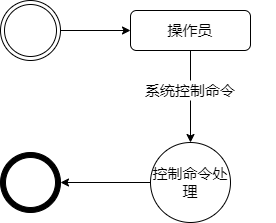
PineappleWatermelon/Image keeps this draw.io diagram as 日志级别.png. Above is the earlier version. Source tidied: cells renumbered, new cells last; positions are measured from the earlier drawing's top-left corner, leaving out a move shared by most shapes. Its diagram source:
```xml
<mxGraphModel>
  <root>
    <mxCell id="0" />
    <mxCell id="1" parent="0" />
    <mxCell id="2" style="edgeStyle=orthogonalEdgeStyle;rounded=0;jettySize=auto;html=1;exitX=0.5;exitY=1;exitDx=0;exitDy=0;fontSize=15;startArrow=none;" parent="1" edge="1" source="10" target="9">
      <mxGeometry relative="1" as="geometry" />
    </mxCell>
    <mxCell id="3" value="操作员" style="rounded=1;whiteSpace=wrap;html=1;fontSize=15;glass=0;strokeWidth=1;shadow=0;" parent="1" vertex="1">
      <mxGeometry x="130" y="10" width="120" height="40" as="geometry" />
    </mxCell>
    <mxCell id="4" style="edgeStyle=orthogonalEdgeStyle;rounded=0;jettySize=auto;html=1;exitX=1;exitY=0.5;exitDx=0;exitDy=0;entryX=0;entryY=0.5;entryDx=0;entryDy=0;fontSize=15;" parent="1" edge="1" source="5" target="3">
      <mxGeometry relative="1" as="geometry" />
    </mxCell>
    <mxCell id="5" style="ellipse;shape=doubleEllipse;whiteSpace=wrap;html=1;fontSize=15;perimeter=ellipsePerimeter;noLabel=1;" parent="1" vertex="1">
      <mxGeometry width="60" height="60" as="geometry" />
    </mxCell>
    <mxCell id="6" style="ellipse;whiteSpace=wrap;html=1;fontSize=15;fillColor=#000000;" parent="1" vertex="1">
      <mxGeometry y="152" width="60" height="60" as="geometry" />
    </mxCell>
    <mxCell id="7" style="ellipse;whiteSpace=wrap;html=1;fontSize=15;" parent="1" vertex="1">
      <mxGeometry x="5" y="157" width="50" height="50" as="geometry" />
    </mxCell>
    <mxCell id="8" style="edgeStyle=orthogonalEdgeStyle;rounded=0;jettySize=auto;html=1;exitX=0;exitY=0.5;exitDx=0;exitDy=0;fontSize=15;entryX=1;entryY=0.5;entryDx=0;entryDy=0;" parent="1" edge="1" source="9" target="6">
      <mxGeometry relative="1" as="geometry" />
    </mxCell>
    <mxCell id="9" value="控制命令处理" style="ellipse;whiteSpace=wrap;html=1;fontSize=15;fillColor=#FFFFFF;" parent="1" vertex="1">
      <mxGeometry x="150" y="142" width="80" height="80" as="geometry" />
    </mxCell>
    <mxCell id="10" value="系统控制命令" style="text;html=1;strokeColor=none;fillColor=none;align=center;verticalAlign=middle;whiteSpace=wrap;rounded=0;fontSize=15;" parent="1" vertex="1">
      <mxGeometry x="105" y="80" width="170" height="20" as="geometry" />
    </mxCell>
    <mxCell id="11" style="edgeStyle=orthogonalEdgeStyle;rounded=0;jettySize=auto;html=1;exitX=0.5;exitY=1;exitDx=0;exitDy=0;fontSize=15;endArrow=none;" parent="1" edge="1" source="3" target="10">
      <mxGeometry relative="1" as="geometry" />
    </mxCell>
  </root>
</mxGraphModel>
```
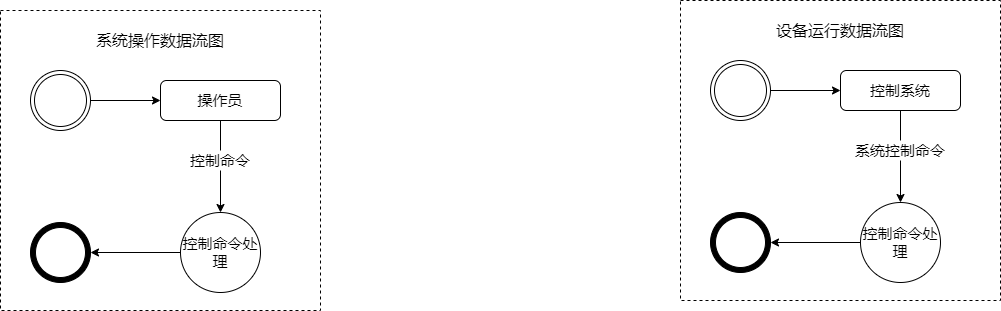
Above is the later version.

Change to the diagram source:
```diff
@@ -2,6 +2,9 @@
   <root>
     <mxCell id="0" />
     <mxCell id="1" parent="0" />
+    <mxCell id="12" style="rounded=0;whiteSpace=wrap;html=1;fillColor=none;dashed=1;" parent="1" vertex="1">
+      <mxGeometry x="-30" y="-60" width="320" height="300" as="geometry" />
+    </mxCell>
     <mxCell id="2" style="edgeStyle=orthogonalEdgeStyle;rounded=0;jettySize=auto;html=1;exitX=0.5;exitY=1;exitDx=0;exitDy=0;fontSize=15;startArrow=none;" parent="1" edge="1" source="10" target="9">
       <mxGeometry relative="1" as="geometry" />
     </mxCell>
@@ -26,11 +29,50 @@
     <mxCell id="9" value="控制命令处理" style="ellipse;whiteSpace=wrap;html=1;fontSize=15;fillColor=#FFFFFF;" parent="1" vertex="1">
       <mxGeometry x="150" y="142" width="80" height="80" as="geometry" />
     </mxCell>
-    <mxCell id="10" value="系统控制命令" style="text;html=1;strokeColor=none;fillColor=none;align=center;verticalAlign=middle;whiteSpace=wrap;rounded=0;fontSize=15;" parent="1" vertex="1">
+    <mxCell id="10" value="控制命令" style="text;html=1;strokeColor=none;fillColor=none;align=center;verticalAlign=middle;whiteSpace=wrap;rounded=0;fontSize=15;" parent="1" vertex="1">
       <mxGeometry x="105" y="80" width="170" height="20" as="geometry" />
     </mxCell>
     <mxCell id="11" style="edgeStyle=orthogonalEdgeStyle;rounded=0;jettySize=auto;html=1;exitX=0.5;exitY=1;exitDx=0;exitDy=0;fontSize=15;endArrow=none;" parent="1" edge="1" source="3" target="10">
       <mxGeometry relative="1" as="geometry" />
     </mxCell>
+    <mxCell id="13" value="&lt;font style=&quot;font-size: 16px&quot;&gt;系统操作数据流图&lt;/font&gt;" style="text;html=1;strokeColor=none;fillColor=none;align=center;verticalAlign=middle;whiteSpace=wrap;rounded=0;dashed=1;" parent="1" vertex="1">
+      <mxGeometry x="40" y="-40" width="180" height="20" as="geometry" />
+    </mxCell>
+    <mxCell id="14" style="rounded=0;whiteSpace=wrap;html=1;fillColor=none;dashed=1;" parent="1" vertex="1">
+      <mxGeometry x="650" y="-70" width="320" height="300" as="geometry" />
+    </mxCell>
+    <mxCell id="15" style="edgeStyle=orthogonalEdgeStyle;rounded=0;jettySize=auto;html=1;exitX=0.5;exitY=1;exitDx=0;exitDy=0;fontSize=15;startArrow=none;" parent="1" edge="1" source="23" target="22">
+      <mxGeometry relative="1" as="geometry" />
+    </mxCell>
+    <mxCell id="16" value="控制系统" style="rounded=1;whiteSpace=wrap;html=1;fontSize=15;glass=0;strokeWidth=1;shadow=0;" parent="1" vertex="1">
+      <mxGeometry x="810" width="120" height="40" as="geometry" />
+    </mxCell>
+    <mxCell id="17" style="edgeStyle=orthogonalEdgeStyle;rounded=0;jettySize=auto;html=1;exitX=1;exitY=0.5;exitDx=0;exitDy=0;entryX=0;entryY=0.5;entryDx=0;entryDy=0;fontSize=15;" parent="1" edge="1" source="18" target="16">
+      <mxGeometry relative="1" as="geometry" />
+    </mxCell>
+    <mxCell id="18" style="ellipse;shape=doubleEllipse;whiteSpace=wrap;html=1;fontSize=15;perimeter=ellipsePerimeter;noLabel=1;" parent="1" vertex="1">
+      <mxGeometry x="680" y="-10" width="60" height="60" as="geometry" />
+    </mxCell>
+    <mxCell id="19" style="ellipse;whiteSpace=wrap;html=1;fontSize=15;fillColor=#000000;" parent="1" vertex="1">
+      <mxGeometry x="680" y="142" width="60" height="60" as="geometry" />
+    </mxCell>
+    <mxCell id="20" style="ellipse;whiteSpace=wrap;html=1;fontSize=15;" parent="1" vertex="1">
+      <mxGeometry x="685" y="147" width="50" height="50" as="geometry" />
+    </mxCell>
+    <mxCell id="21" style="edgeStyle=orthogonalEdgeStyle;rounded=0;jettySize=auto;html=1;exitX=0;exitY=0.5;exitDx=0;exitDy=0;fontSize=15;entryX=1;entryY=0.5;entryDx=0;entryDy=0;" parent="1" edge="1" source="22" target="19">
+      <mxGeometry relative="1" as="geometry" />
+    </mxCell>
+    <mxCell id="22" value="控制命令处理" style="ellipse;whiteSpace=wrap;html=1;fontSize=15;fillColor=#FFFFFF;" parent="1" vertex="1">
+      <mxGeometry x="830" y="132" width="80" height="80" as="geometry" />
+    </mxCell>
+    <mxCell id="23" value="系统控制命令" style="text;html=1;strokeColor=none;fillColor=none;align=center;verticalAlign=middle;whiteSpace=wrap;rounded=0;fontSize=15;" parent="1" vertex="1">
+      <mxGeometry x="785" y="70" width="170" height="20" as="geometry" />
+    </mxCell>
+    <mxCell id="24" style="edgeStyle=orthogonalEdgeStyle;rounded=0;jettySize=auto;html=1;exitX=0.5;exitY=1;exitDx=0;exitDy=0;fontSize=15;endArrow=none;" parent="1" edge="1" source="16" target="23">
+      <mxGeometry relative="1" as="geometry" />
+    </mxCell>
+    <mxCell id="25" value="&lt;font style=&quot;font-size: 16px&quot;&gt;设备运行数据流图&lt;/font&gt;" style="text;html=1;strokeColor=none;fillColor=none;align=center;verticalAlign=middle;whiteSpace=wrap;rounded=0;dashed=1;" parent="1" vertex="1">
+      <mxGeometry x="720" y="-50" width="180" height="20" as="geometry" />
+    </mxCell>
   </root>
 </mxGraphModel>
```
